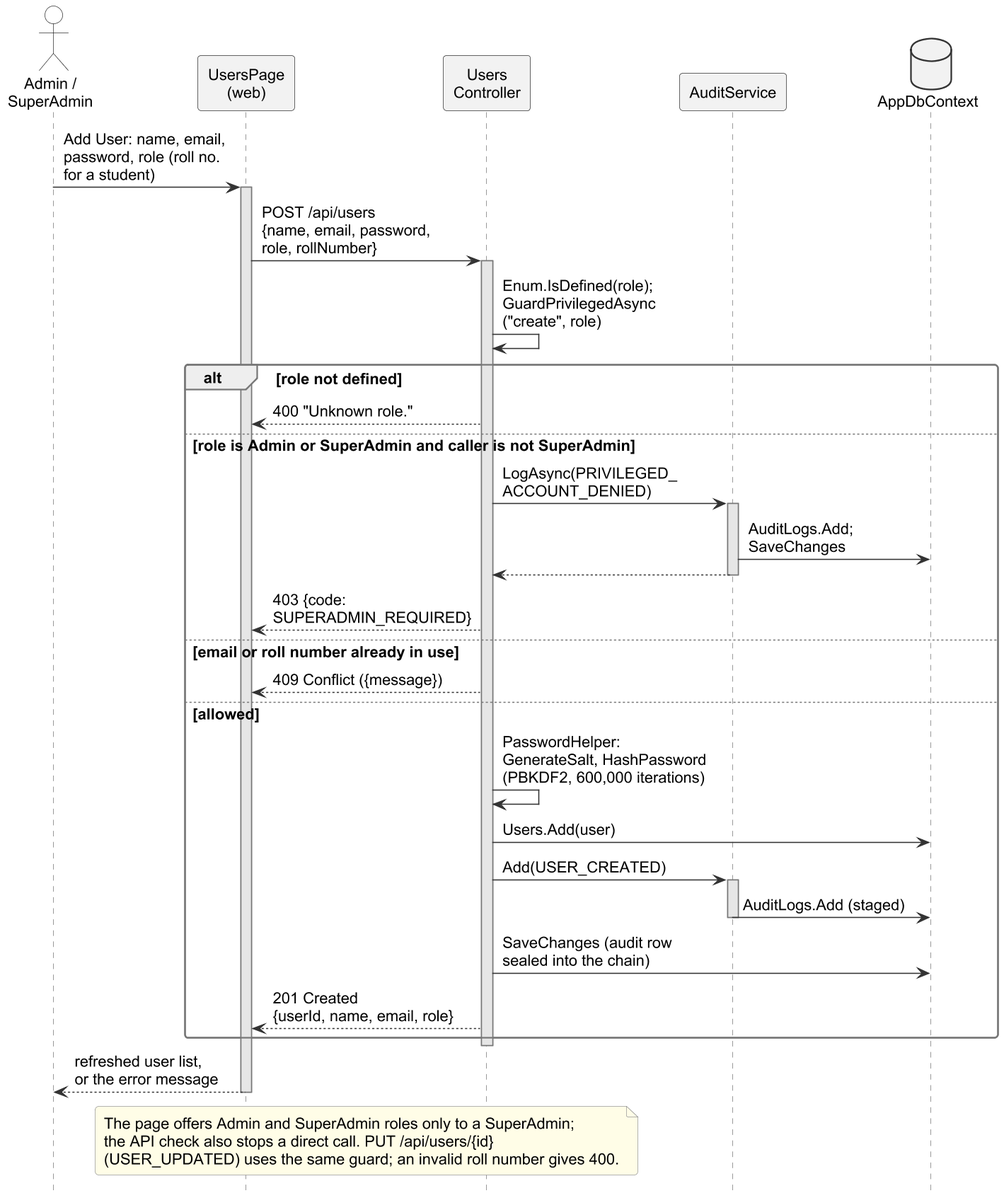
Above: important docs/fyp_doc_3chatp/Figures/seq_users.png in Haiderali27-hub/AI-Lab-Monitoring- (PlantUML), before the change.
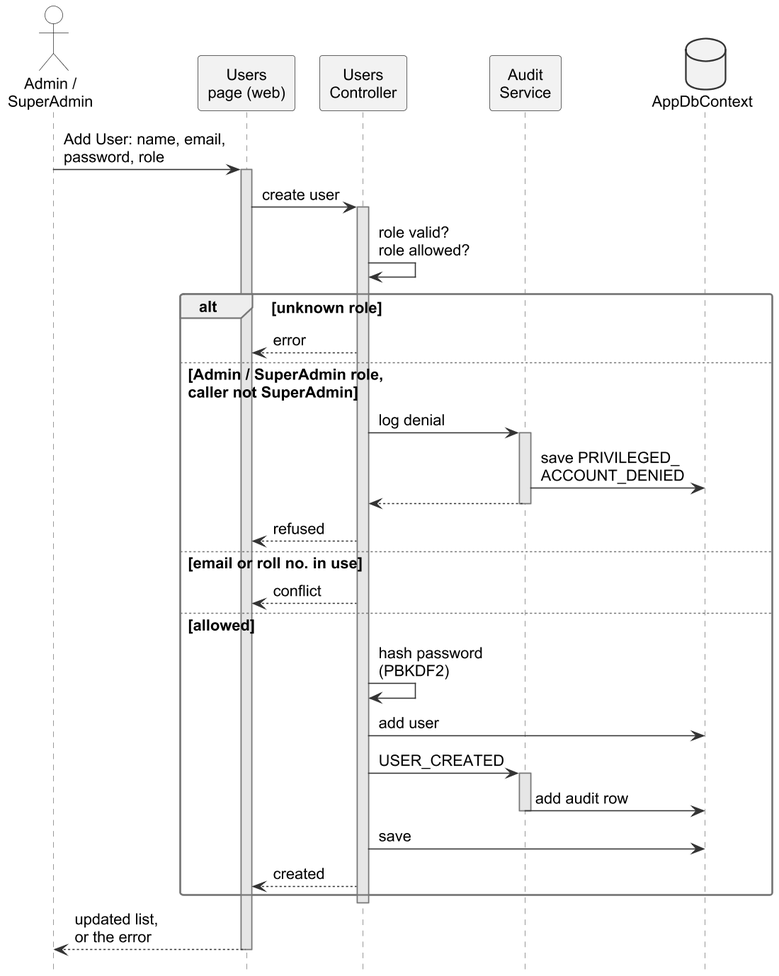
Above is the later version.

The edit, as a diff of the source:
```diff
@@ -5,7 +5,7 @@
 skinparam maxMessageSize 200
 hide footbox
 hide unlinked
-skinparam ParticipantPadding 2
+skinparam ParticipantPadding 6
 skinparam BoxPadding 0
 skinparam sequence {
   MessageAlign left
@@ -13,39 +13,38 @@
 }
 
 actor "Admin /\nSuperAdmin" as A
-participant "UsersPage\n(web)" as UI
+participant "Users\npage (web)" as UI
 participant "Users\nController" as UC
-participant "AuditService" as AS
+participant "Audit\nService" as AS
 database "AppDbContext" as DB
 
-A -> UI : Add User: name, email,\npassword, role (roll no.\nfor a student)
+A -> UI : Add User: name, email,\npassword, role
 activate UI
-UI -> UC : POST /api/users\n{name, email, password,\nrole, rollNumber}
+UI -> UC : create user
 activate UC
-UC -> UC : Enum.IsDefined(role);\nGuardPrivilegedAsync\n("create", role)
-alt role not defined
-  UC --> UI : 400 "Unknown role."
-else role is Admin or SuperAdmin and caller is not SuperAdmin
-  UC -> AS : LogAsync(PRIVILEGED_\nACCOUNT_DENIED)
+UC -> UC : role valid?\nrole allowed?
+alt unknown role
+  UC --> UI : error
+else Admin / SuperAdmin role,\ncaller not SuperAdmin
+  UC -> AS : log denial
   activate AS
-  AS -> DB : AuditLogs.Add;\nSaveChanges
+  AS -> DB : save PRIVILEGED_\nACCOUNT_DENIED
   AS --> UC
   deactivate AS
-  UC --> UI : 403 {code: SUPERADMIN_REQUIRED}
-else email or roll number already in use
-  UC --> UI : 409 Conflict ({message})
+  UC --> UI : refused
+else email or roll no. in use
+  UC --> UI : conflict
 else allowed
-  UC -> UC : PasswordHelper:\nGenerateSalt, HashPassword\n(PBKDF2, 600,000 iterations)
-  UC -> DB : Users.Add(user)
-  UC -> AS : Add(USER_CREATED)
+  UC -> UC : hash password\n(PBKDF2)
+  UC -> DB : add user
+  UC -> AS : USER_CREATED
   activate AS
-  AS -> DB : AuditLogs.Add (staged)
+  AS -> DB : add audit row
   deactivate AS
-  UC -> DB : SaveChanges (audit row\nsealed into the chain)
-  UC --> UI : 201 Created\n{userId, name, email, role}
+  UC -> DB : save
+  UC --> UI : created
 end
 deactivate UC
-UI --> A : refreshed user list,\nor the error message
+UI --> A : updated list,\nor the error
 deactivate UI
-note over UI, UC : The page offers Admin and SuperAdmin roles only to a SuperAdmin;\nthe API check also stops a direct call. PUT /api/users/{id}\n(USER_UPDATED) uses the same guard; an invalid roll number gives 400.
 @enduml
```
